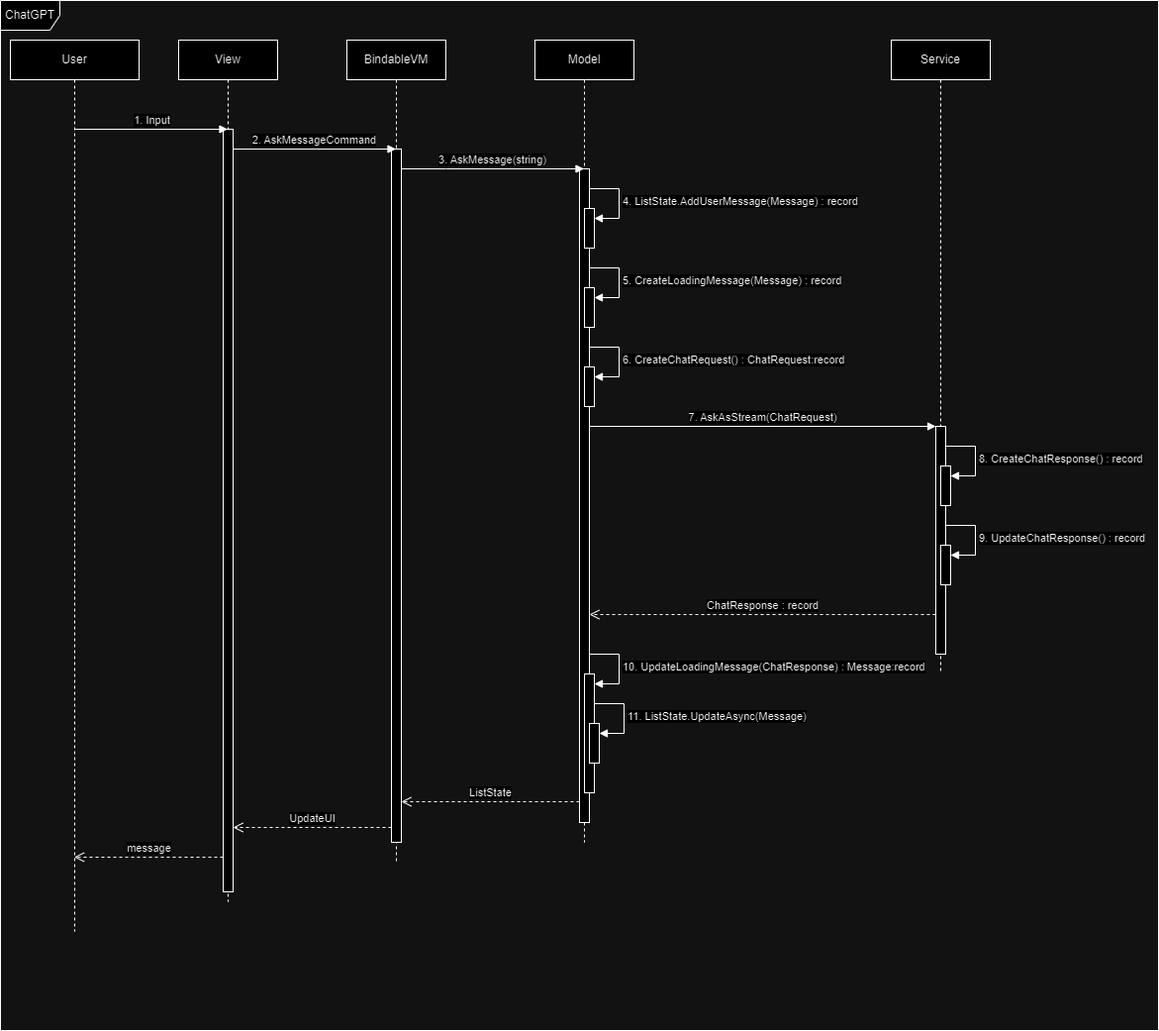
Earlier version of the draw.io export UI/ChatGPT/images/diagram-dark.png (unoplatform/Uno.Samples). Source tidied: cells renumbered, new cells last; positions are measured from the earlier drawing's top-left corner, leaving out a move shared by most shapes.
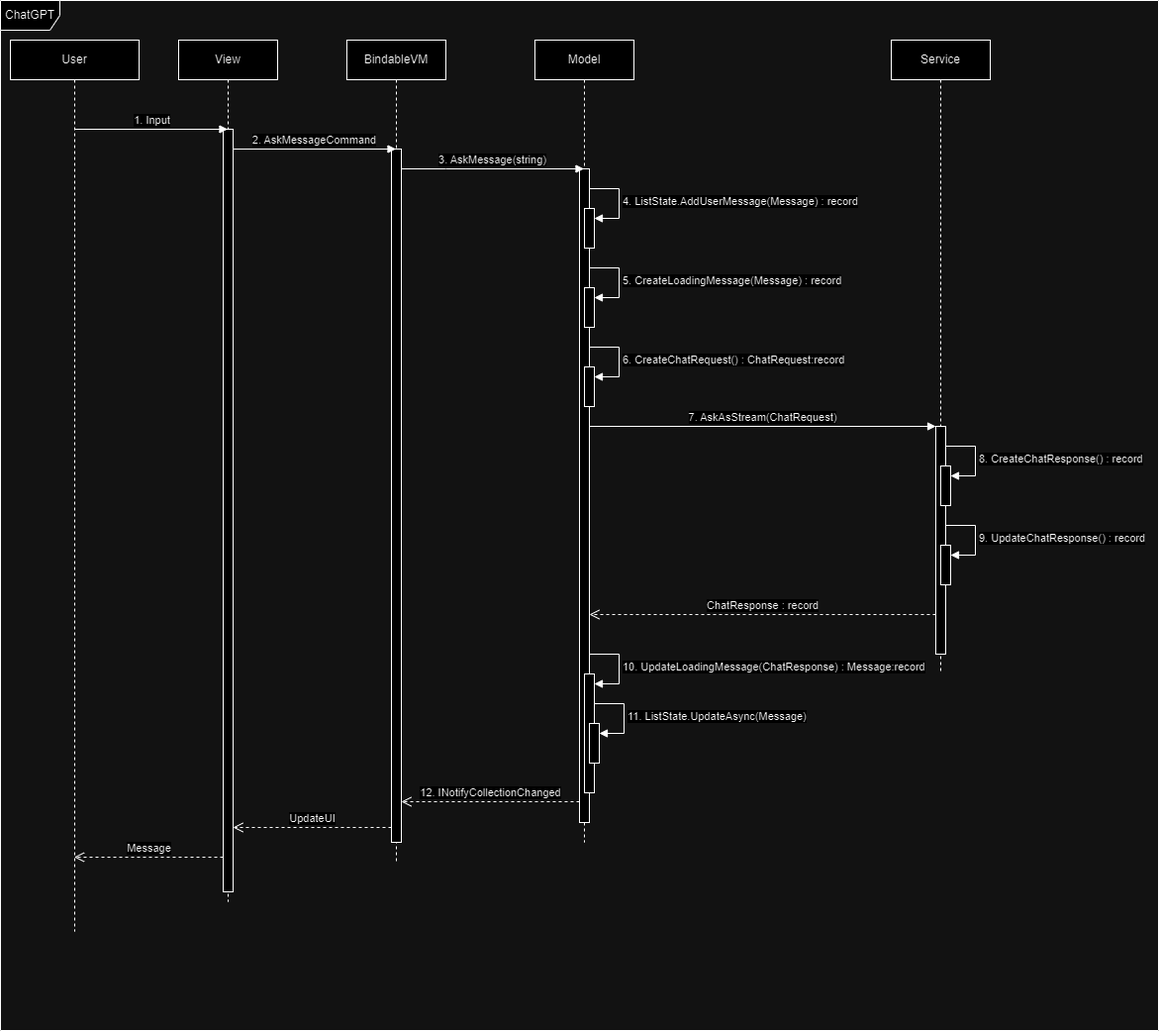
The same diagram one commit later.

Commit message:
chore: Improving diagram and adding steps

Change to the diagram source:
```diff
@@ -140,7 +140,7 @@
         </Array>
       </mxGeometry>
     </mxCell>
-    <mxCell id="31" value="ListState" style="html=1;verticalAlign=bottom;endArrow=open;dashed=1;endSize=8;curved=0;rounded=0;" parent="1" edge="1">
+    <mxCell id="31" value="12. INotifyCollectionChanged" style="html=1;verticalAlign=bottom;endArrow=open;dashed=1;endSize=8;curved=0;rounded=0;" parent="1" edge="1">
       <mxGeometry relative="1" as="geometry">
         <mxPoint x="585" y="809" as="sourcePoint" />
         <mxPoint x="405" y="809" as="targetPoint" />
@@ -152,7 +152,7 @@
         <mxPoint x="235" y="835" as="targetPoint" />
       </mxGeometry>
     </mxCell>
-    <mxCell id="33" value="message" style="html=1;verticalAlign=bottom;endArrow=open;dashed=1;endSize=8;curved=0;rounded=0;" parent="1" edge="1">
+    <mxCell id="33" value="Message" style="html=1;verticalAlign=bottom;endArrow=open;dashed=1;endSize=8;curved=0;rounded=0;" parent="1" edge="1">
       <mxGeometry relative="1" as="geometry">
         <mxPoint x="225" y="865" as="sourcePoint" />
         <mxPoint x="74.5" y="865" as="targetPoint" />
```
